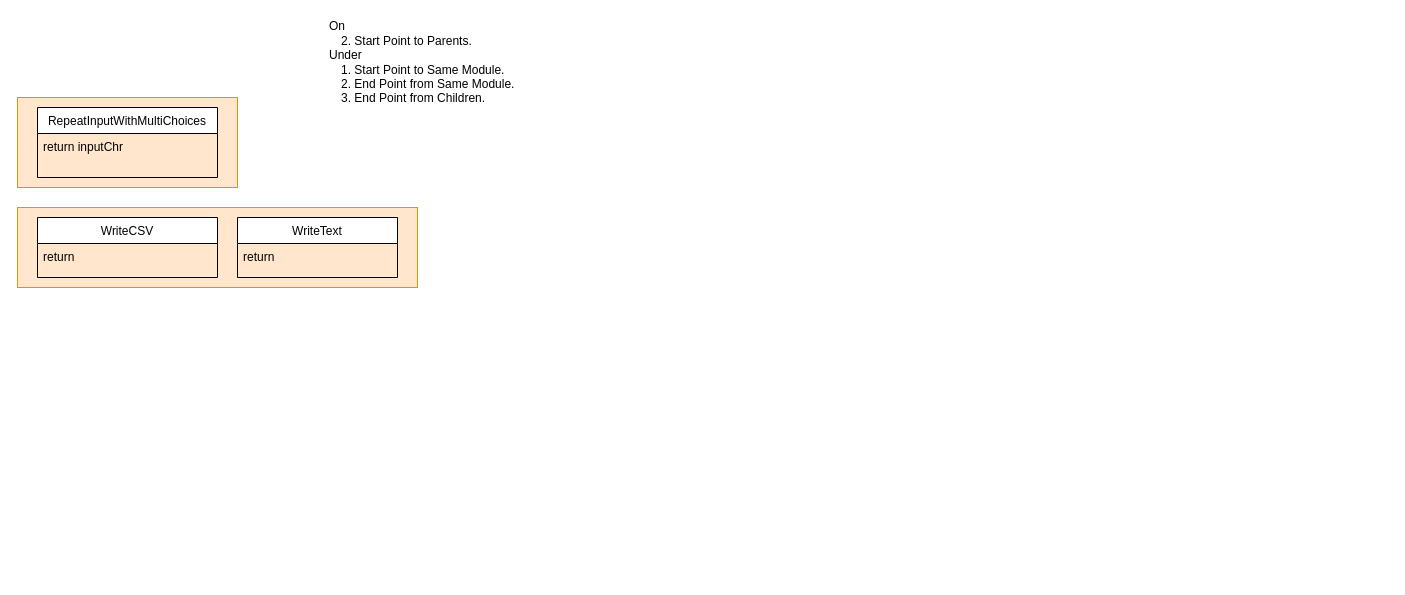
Above: page "03_TextEditor" (4 of 7) of LandmasterLibrary/_Module_Diagram.drawio in landmaster135/pyclone-tornado (draw.io), before the change. Source tidied: cells renumbered, new cells numbered last; positions are measured from the earlier drawing's top-left corner, leaving out a move shared by most shapes. Both pictures are drawn from the tidied source at 100%, with x=0, y=0 at pixel (17, 17).
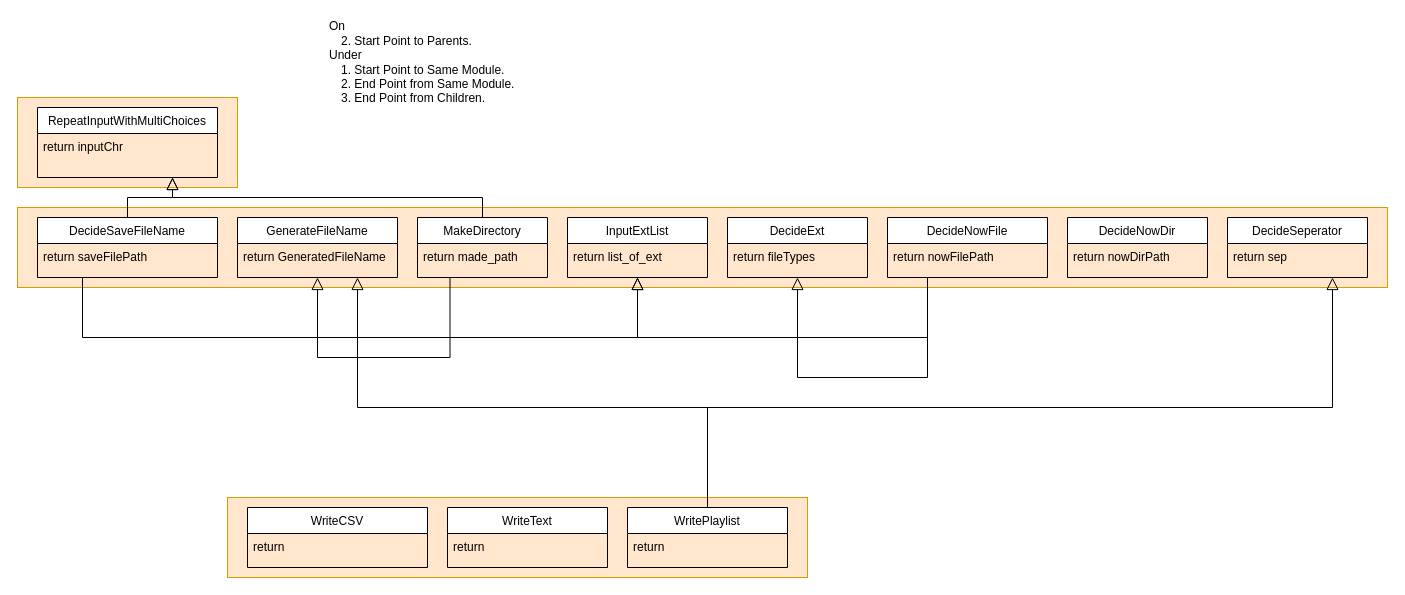
The same diagram, later.

Change to the diagram source:
```diff
@@
+    <mxCell id="11" style="rounded=0;whiteSpace=wrap;html=1;fillColor=#ffe6cc;strokeColor=#d79b00;" parent="1" vertex="1">
+      <mxGeometry y="190" width="1370" height="80" as="geometry" />
+    </mxCell>
+    <mxCell id="3" style="rounded=0;whiteSpace=wrap;html=1;fillColor=#ffe6cc;strokeColor=#d79b00;" parent="1" vertex="1">
+      <mxGeometry x="210" y="480" width="580" height="80" as="geometry" />
+    </mxCell>
+    <mxCell id="10" value="On&lt;br&gt;　2. Start Point to Parents.&lt;br&gt;Under&lt;br&gt;　1. Start Point to Same Module.&lt;br&gt;　2. End Point from Same Module.&lt;br&gt;　3. End Point from Children." style="text;html=1;strokeColor=none;fillColor=none;align=left;verticalAlign=middle;whiteSpace=wrap;rounded=0;" parent="1" vertex="1">
+      <mxGeometry x="310" width="240" height="90" as="geometry" />
+    </mxCell>
+    <mxCell id="12" style="endArrow=block;endSize=10;endFill=0;shadow=0;strokeWidth=1;rounded=0;edgeStyle=elbowEdgeStyle;elbow=vertical;exitX=0.5;exitY=0;exitDx=0;exitDy=0;entryX=0.75;entryY=1;entryDx=0;entryDy=0;" parent="1" edge="1" source="36" target="28">
+      <mxGeometry relative="1" as="geometry">
+        <Array as="points">
+          <mxPoint x="890" y="390" />
+        </Array>
+      </mxGeometry>
+    </mxCell>
@@
-    <mxCell id="3" style="rounded=0;whiteSpace=wrap;html=1;fillColor=#ffe6cc;strokeColor=#d79b00;" parent="1" vertex="1">
-      <mxGeometry y="190" width="400" height="80" as="geometry" />
-    </mxCell>
+    <mxCell id="13" style="endArrow=block;endSize=10;endFill=0;shadow=0;strokeWidth=1;rounded=0;edgeStyle=elbowEdgeStyle;elbow=vertical;exitX=0.5;exitY=0;exitDx=0;exitDy=0;entryX=0.75;entryY=1;entryDx=0;entryDy=0;" parent="1" edge="1" source="14" target="6">
+      <mxGeometry relative="1" as="geometry" />
+    </mxCell>
+    <mxCell id="14" value="DecideSaveFileName" style="swimlane;fontStyle=0;align=center;verticalAlign=top;horizontal=1;startSize=26;rounded=0;shadow=0;strokeWidth=1;" parent="1" vertex="1">
+      <mxGeometry x="20" y="200" width="180" height="60" as="geometry" />
+    </mxCell>
+    <mxCell id="15" value="return saveFilePath" style="text;align=left;verticalAlign=top;spacingLeft=4;spacingRight=4;overflow=hidden;" parent="14" vertex="1">
+      <mxGeometry y="26" width="180" height="26" as="geometry" />
+    </mxCell>
+    <mxCell id="6" value="RepeatInputWithMultiChoices" style="swimlane;fontStyle=0;align=center;verticalAlign=top;horizontal=1;startSize=26;rounded=0;shadow=0;strokeWidth=1;" parent="1" vertex="1">
+      <mxGeometry x="20" y="90" width="180" height="70" as="geometry" />
+    </mxCell>
+    <mxCell id="7" value="return inputChr" style="text;align=left;verticalAlign=top;spacingLeft=4;spacingRight=4;overflow=hidden;" parent="6" vertex="1">
+      <mxGeometry y="26" width="180" height="26" as="geometry" />
+    </mxCell>
+    <mxCell id="16" value="GenerateFileName" style="swimlane;fontStyle=0;align=center;verticalAlign=top;horizontal=1;startSize=26;rounded=0;shadow=0;strokeWidth=1;" parent="1" vertex="1">
+      <mxGeometry x="220" y="200" width="160" height="60" as="geometry" />
+    </mxCell>
+    <mxCell id="17" value="return GeneratedFileName" style="text;align=left;verticalAlign=top;spacingLeft=4;spacingRight=4;overflow=hidden;rounded=0;shadow=0;html=0;" parent="16" vertex="1">
+      <mxGeometry y="26" width="160" height="26" as="geometry" />
+    </mxCell>
+    <mxCell id="18" value="MakeDirectory" style="swimlane;fontStyle=0;align=center;verticalAlign=top;horizontal=1;startSize=26;rounded=0;shadow=0;strokeWidth=1;" parent="1" vertex="1">
+      <mxGeometry x="400" y="200" width="130" height="60" as="geometry" />
+    </mxCell>
+    <mxCell id="19" value="return made_path" style="text;align=left;verticalAlign=top;spacingLeft=4;spacingRight=4;overflow=hidden;" parent="18" vertex="1">
+      <mxGeometry y="26" width="130" height="26" as="geometry" />
+    </mxCell>
+    <mxCell id="20" value="DecideNowFile" style="swimlane;fontStyle=0;align=center;verticalAlign=top;horizontal=1;startSize=26;rounded=0;shadow=0;strokeWidth=1;" parent="1" vertex="1">
+      <mxGeometry x="870" y="200" width="160" height="60" as="geometry" />
+    </mxCell>
+    <mxCell id="21" value="return nowFilePath" style="text;align=left;verticalAlign=top;spacingLeft=4;spacingRight=4;overflow=hidden;" parent="20" vertex="1">
+      <mxGeometry y="26" width="160" height="26" as="geometry" />
+    </mxCell>
+    <mxCell id="22" value="DecideExt" style="swimlane;fontStyle=0;align=center;verticalAlign=top;horizontal=1;startSize=26;rounded=0;shadow=0;strokeWidth=1;" parent="1" vertex="1">
+      <mxGeometry x="710" y="200" width="140" height="60" as="geometry" />
+    </mxCell>
+    <mxCell id="23" value="return fileTypes" style="text;align=left;verticalAlign=top;spacingLeft=4;spacingRight=4;overflow=hidden;" parent="22" vertex="1">
+      <mxGeometry y="26" width="140" height="26" as="geometry" />
+    </mxCell>
+    <mxCell id="24" value="InputExtList" style="swimlane;fontStyle=0;align=center;verticalAlign=top;horizontal=1;startSize=26;rounded=0;shadow=0;strokeWidth=1;" parent="1" vertex="1">
+      <mxGeometry x="550" y="200" width="140" height="60" as="geometry" />
+    </mxCell>
+    <mxCell id="25" value="return list_of_ext" style="text;align=left;verticalAlign=top;spacingLeft=4;spacingRight=4;overflow=hidden;" parent="24" vertex="1">
+      <mxGeometry y="26" width="140" height="26" as="geometry" />
+    </mxCell>
+    <mxCell id="26" value="DecideNowDir" style="swimlane;fontStyle=0;align=center;verticalAlign=top;horizontal=1;startSize=26;rounded=0;shadow=0;strokeWidth=1;" parent="1" vertex="1">
+      <mxGeometry x="1050" y="200" width="140" height="60" as="geometry" />
+    </mxCell>
+    <mxCell id="27" value="return nowDirPath" style="text;align=left;verticalAlign=top;spacingLeft=4;spacingRight=4;overflow=hidden;" parent="26" vertex="1">
+      <mxGeometry y="26" width="140" height="26" as="geometry" />
+    </mxCell>
+    <mxCell id="28" value="DecideSeperator" style="swimlane;fontStyle=0;align=center;verticalAlign=top;horizontal=1;startSize=26;rounded=0;shadow=0;strokeWidth=1;" parent="1" vertex="1">
+      <mxGeometry x="1210" y="200" width="140" height="60" as="geometry" />
+    </mxCell>
+    <mxCell id="29" value="return sep" style="text;align=left;verticalAlign=top;spacingLeft=4;spacingRight=4;overflow=hidden;" parent="28" vertex="1">
+      <mxGeometry y="26" width="140" height="26" as="geometry" />
+    </mxCell>
+    <mxCell id="30" style="endArrow=block;endSize=10;endFill=0;shadow=0;strokeWidth=1;rounded=0;edgeStyle=elbowEdgeStyle;elbow=vertical;exitX=0.25;exitY=1;exitDx=0;exitDy=0;entryX=0.5;entryY=1;entryDx=0;entryDy=0;" parent="1" edge="1" source="14" target="24">
+      <mxGeometry relative="1" as="geometry">
+        <Array as="points">
+          <mxPoint x="350" y="320" />
+        </Array>
+      </mxGeometry>
+    </mxCell>
+    <mxCell id="31" style="endArrow=block;endSize=10;endFill=0;shadow=0;strokeWidth=1;rounded=0;edgeStyle=elbowEdgeStyle;elbow=vertical;exitX=0.5;exitY=0;exitDx=0;exitDy=0;entryX=0.75;entryY=1;entryDx=0;entryDy=0;" parent="1" edge="1" source="18" target="6">
+      <mxGeometry relative="1" as="geometry" />
+    </mxCell>
+    <mxCell id="32" style="endArrow=block;endSize=10;endFill=0;shadow=0;strokeWidth=1;rounded=0;edgeStyle=elbowEdgeStyle;elbow=vertical;exitX=0.25;exitY=1;exitDx=0;exitDy=0;entryX=0.5;entryY=1;entryDx=0;entryDy=0;" parent="1" edge="1" source="18" target="16">
+      <mxGeometry relative="1" as="geometry">
+        <Array as="points">
+          <mxPoint x="370" y="340" />
+        </Array>
+      </mxGeometry>
+    </mxCell>
+    <mxCell id="33" style="endArrow=block;endSize=10;endFill=0;shadow=0;strokeWidth=1;rounded=0;edgeStyle=elbowEdgeStyle;elbow=vertical;exitX=0.25;exitY=1;exitDx=0;exitDy=0;entryX=0.5;entryY=1;entryDx=0;entryDy=0;" parent="1" edge="1" source="20" target="22">
+      <mxGeometry relative="1" as="geometry">
+        <Array as="points">
+          <mxPoint x="860" y="360" />
+        </Array>
+      </mxGeometry>
+    </mxCell>
+    <mxCell id="34" style="endArrow=block;endSize=10;endFill=0;shadow=0;strokeWidth=1;rounded=0;edgeStyle=elbowEdgeStyle;elbow=vertical;exitX=0.25;exitY=1;exitDx=0;exitDy=0;entryX=0.5;entryY=1;entryDx=0;entryDy=0;" parent="1" edge="1" source="20" target="24">
+      <mxGeometry relative="1" as="geometry">
+        <Array as="points">
+          <mxPoint x="790" y="320" />
+        </Array>
+      </mxGeometry>
+    </mxCell>
+    <mxCell id="35" style="endArrow=block;endSize=10;endFill=0;shadow=0;strokeWidth=1;rounded=0;edgeStyle=elbowEdgeStyle;elbow=vertical;exitX=0.5;exitY=0;exitDx=0;exitDy=0;entryX=0.75;entryY=1;entryDx=0;entryDy=0;" parent="1" edge="1" source="36" target="16">
+      <mxGeometry relative="1" as="geometry">
+        <Array as="points">
+          <mxPoint x="410" y="390" />
+        </Array>
+      </mxGeometry>
+    </mxCell>
     <mxCell id="4" value="WriteCSV" style="swimlane;fontStyle=0;align=center;verticalAlign=top;horizontal=1;startSize=26;rounded=0;shadow=0;strokeWidth=1;" parent="1" vertex="1">
-      <mxGeometry x="20" y="200" width="180" height="60" as="geometry" />
+      <mxGeometry x="230" y="490" width="180" height="60" as="geometry" />
     </mxCell>
@@
-    <mxCell id="6" value="RepeatInputWithMultiChoices" style="swimlane;fontStyle=0;align=center;verticalAlign=top;horizontal=1;startSize=26;rounded=0;shadow=0;strokeWidth=1;" parent="1" vertex="1">
-      <mxGeometry x="20" y="90" width="180" height="70" as="geometry" />
-    </mxCell>
-    <mxCell id="7" value="return inputChr" style="text;align=left;verticalAlign=top;spacingLeft=4;spacingRight=4;overflow=hidden;" parent="6" vertex="1">
-      <mxGeometry y="26" width="180" height="26" as="geometry" />
-    </mxCell>
     <mxCell id="8" value="WriteText" style="swimlane;fontStyle=0;align=center;verticalAlign=top;horizontal=1;startSize=26;rounded=0;shadow=0;strokeWidth=1;" parent="1" vertex="1">
-      <mxGeometry x="220" y="200" width="160" height="60" as="geometry" />
+      <mxGeometry x="430" y="490" width="160" height="60" as="geometry" />
     </mxCell>
@@
-    <mxCell id="10" value="On&lt;br&gt;　2. Start Point to Parents.&lt;br&gt;Under&lt;br&gt;　1. Start Point to Same Module.&lt;br&gt;　2. End Point from Same Module.&lt;br&gt;　3. End Point from Children." style="text;html=1;strokeColor=none;fillColor=none;align=left;verticalAlign=middle;whiteSpace=wrap;rounded=0;" parent="1" vertex="1">
-      <mxGeometry x="310" width="240" height="90" as="geometry" />
-    </mxCell>
+    <mxCell id="36" value="WritePlaylist" style="swimlane;fontStyle=0;align=center;verticalAlign=top;horizontal=1;startSize=26;rounded=0;shadow=0;strokeWidth=1;" parent="1" vertex="1">
+      <mxGeometry x="610" y="490" width="160" height="60" as="geometry" />
+    </mxCell>
+    <mxCell id="37" value="return" style="text;align=left;verticalAlign=top;spacingLeft=4;spacingRight=4;overflow=hidden;rounded=0;shadow=0;html=0;" parent="36" vertex="1">
+      <mxGeometry y="26" width="160" height="26" as="geometry" />
+    </mxCell>
```
